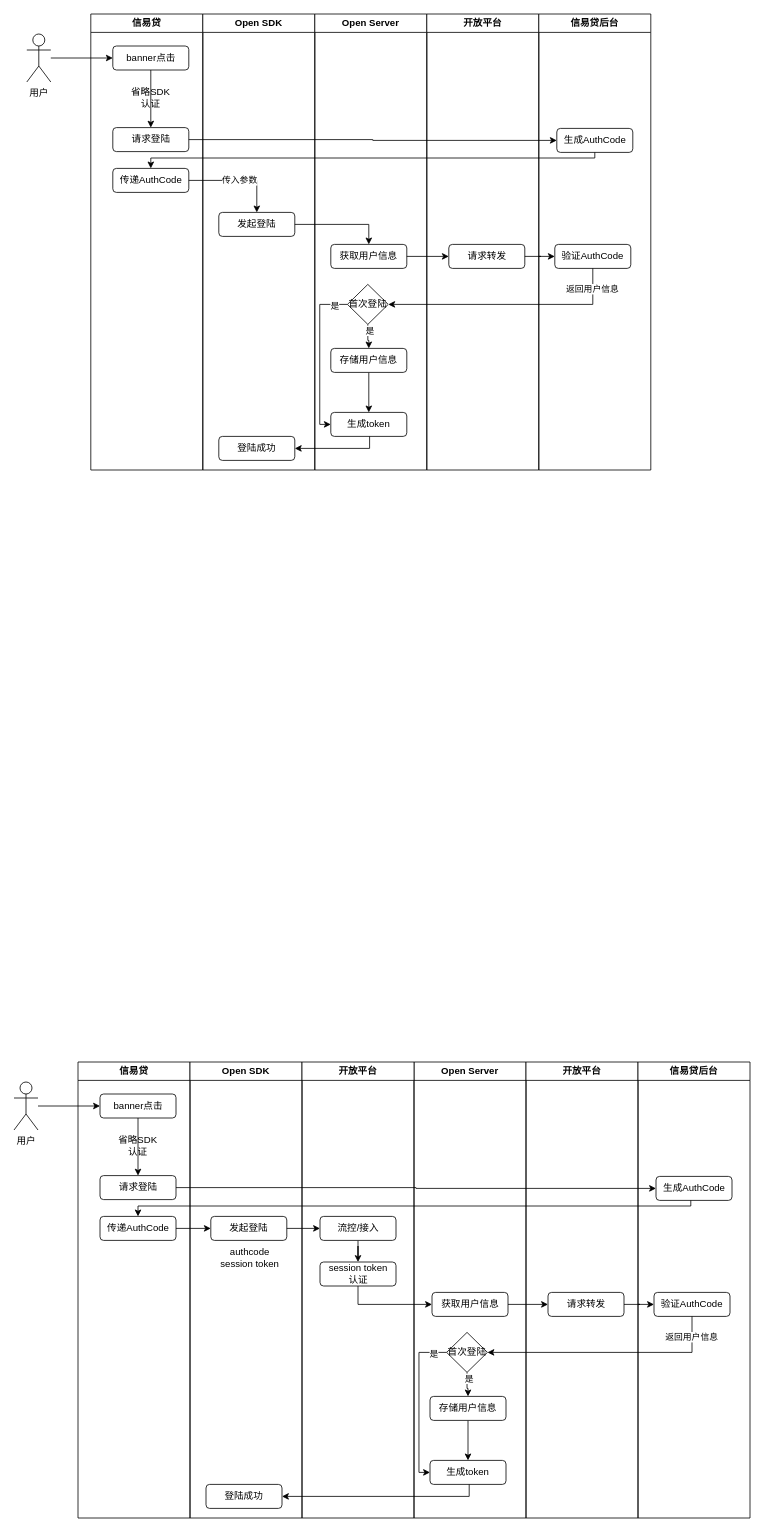
shushanfx/nfile keeps this draw.io diagram as page "用户认证流程" (1 of 8) of doc/未命名绘图.drawio. Above is the earlier version. Source tidied: cells renumbered, new cells numbered last; positions are measured from the earlier drawing's top-left corner, leaving out a move shared by most shapes. Both pictures are drawn from the tidied source at 80%, with x=0, y=0 at pixel (14, 14).
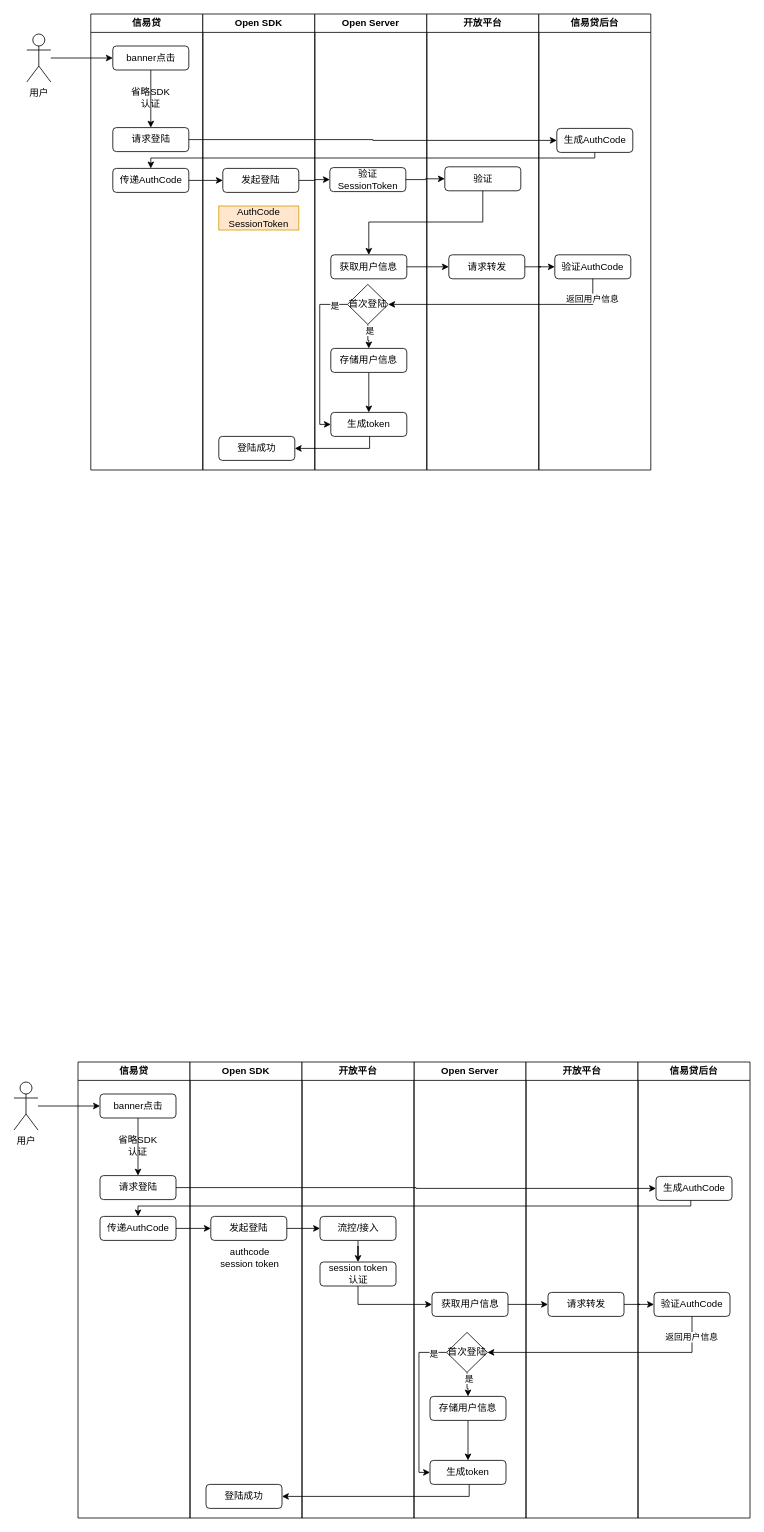
Above is the later version.

Unchanged cells that the change refers to:
```xml
<mxCell id="2" style="group;" parent="1" vertex="1">
  <mxGeometry x="16" width="810" height="800" as="geometry" />
</mxCell>
<mxCell id="6" value="传递AuthCode" style="rounded=1;whiteSpace=wrap;html=1;" parent="3" vertex="1">
  <mxGeometry x="27.5" y="193" width="95" height="30" as="geometry" />
</mxCell>
<mxCell id="9" value="Open SDK" style="swimlane;whiteSpace=wrap;html=1;" parent="2" vertex="1">
  <mxGeometry x="220" width="140" height="570" as="geometry" />
</mxCell>
<mxCell id="12" value="Open Server" style="swimlane;whiteSpace=wrap;html=1;" parent="2" vertex="1">
  <mxGeometry x="360" width="140" height="570" as="geometry" />
</mxCell>
<mxCell id="22" value="开放平台" style="swimlane;whiteSpace=wrap;html=1;" parent="2" vertex="1">
  <mxGeometry x="500" width="140" height="570" as="geometry" />
</mxCell>
<mxCell id="24" value="信易贷后台" style="swimlane;whiteSpace=wrap;html=1;" parent="2" vertex="1">
  <mxGeometry x="640" width="140" height="570" as="geometry" />
</mxCell>
```

Diff of the diagram source:
```diff
@@
     <mxCell id="10" value="发起登陆" style="rounded=1;whiteSpace=wrap;html=1;" parent="9" vertex="1">
-      <mxGeometry x="20" y="248" width="95" height="30" as="geometry" />
+      <mxGeometry x="25" y="193" width="95" height="30" as="geometry" />
     </mxCell>
@@
+    <mxCell id="79" value="AuthCode&lt;br&gt;SessionToken" style="text;html=1;strokeColor=#d79b00;fillColor=#ffe6cc;align=center;verticalAlign=middle;whiteSpace=wrap;rounded=0;" parent="9" vertex="1">
+      <mxGeometry x="20" y="240" width="100" height="30" as="geometry" />
+    </mxCell>
@@
     <mxCell id="13" value="获取用户信息" style="rounded=1;whiteSpace=wrap;html=1;" parent="12" vertex="1">
-      <mxGeometry x="20" y="288" width="95" height="30" as="geometry" />
+      <mxGeometry x="20" y="301" width="95" height="30" as="geometry" />
     </mxCell>
@@
+    <mxCell id="80" value="验证SessionToken" style="rounded=1;whiteSpace=wrap;html=1;" parent="12" vertex="1">
+      <mxGeometry x="18.8" y="192" width="95" height="30" as="geometry" />
+    </mxCell>
@@
     <mxCell id="23" value="请求转发" style="rounded=1;whiteSpace=wrap;html=1;" parent="22" vertex="1">
-      <mxGeometry x="27.5" y="288" width="95" height="30" as="geometry" />
+      <mxGeometry x="27.5" y="301" width="95" height="30" as="geometry" />
     </mxCell>
+    <mxCell id="81" value="验证" style="rounded=1;whiteSpace=wrap;html=1;" parent="22" vertex="1">
+      <mxGeometry x="22.5" y="191" width="95" height="30" as="geometry" />
+    </mxCell>
@@
     <mxCell id="26" value="验证AuthCode" style="rounded=1;whiteSpace=wrap;html=1;" parent="24" vertex="1">
-      <mxGeometry x="20" y="288" width="95" height="30" as="geometry" />
+      <mxGeometry x="20" y="301" width="95" height="30" as="geometry" />
     </mxCell>
@@
-    <mxCell id="29" style="edgeStyle=orthogonalEdgeStyle;rounded=0;jettySize=auto;html=1;entryX=0.5;entryY=0;entryDx=0;entryDy=0;" parent="2" edge="1" source="10" target="13">
-      <mxGeometry relative="1" as="geometry" />
-    </mxCell>
@@
-    <mxCell id="35" value="传入参数" style="edgeStyle=orthogonalEdgeStyle;rounded=0;jettySize=auto;html=1;entryX=0.5;entryY=0;entryDx=0;entryDy=0;" parent="2" edge="1" source="6" target="10">
-      <mxGeometry x="0.01" relative="1" as="geometry" />
-    </mxCell>
@@
+    <mxCell id="35" style="edgeStyle=orthogonalEdgeStyle;rounded=0;jettySize=auto;html=1;entryX=0;entryY=0.5;entryDx=0;entryDy=0;" parent="2" edge="1" source="6" target="10">
+      <mxGeometry relative="1" as="geometry" />
+    </mxCell>
+    <mxCell id="82" style="edgeStyle=orthogonalEdgeStyle;rounded=0;jettySize=auto;html=1;" parent="2" edge="1" source="10" target="80">
+      <mxGeometry relative="1" as="geometry" />
+    </mxCell>
+    <mxCell id="83" style="edgeStyle=orthogonalEdgeStyle;rounded=0;jettySize=auto;html=1;entryX=0;entryY=0.5;entryDx=0;entryDy=0;" parent="2" edge="1" source="80" target="81">
+      <mxGeometry relative="1" as="geometry" />
+    </mxCell>
+    <mxCell id="84" style="edgeStyle=orthogonalEdgeStyle;rounded=0;jettySize=auto;html=1;entryX=0.5;entryY=0;entryDx=0;entryDy=0;" parent="2" edge="1" source="81" target="13">
+      <mxGeometry relative="1" as="geometry">
+        <Array as="points">
+          <mxPoint x="570" y="260" />
+          <mxPoint x="427" y="260" />
+        </Array>
+      </mxGeometry>
+    </mxCell>
```
